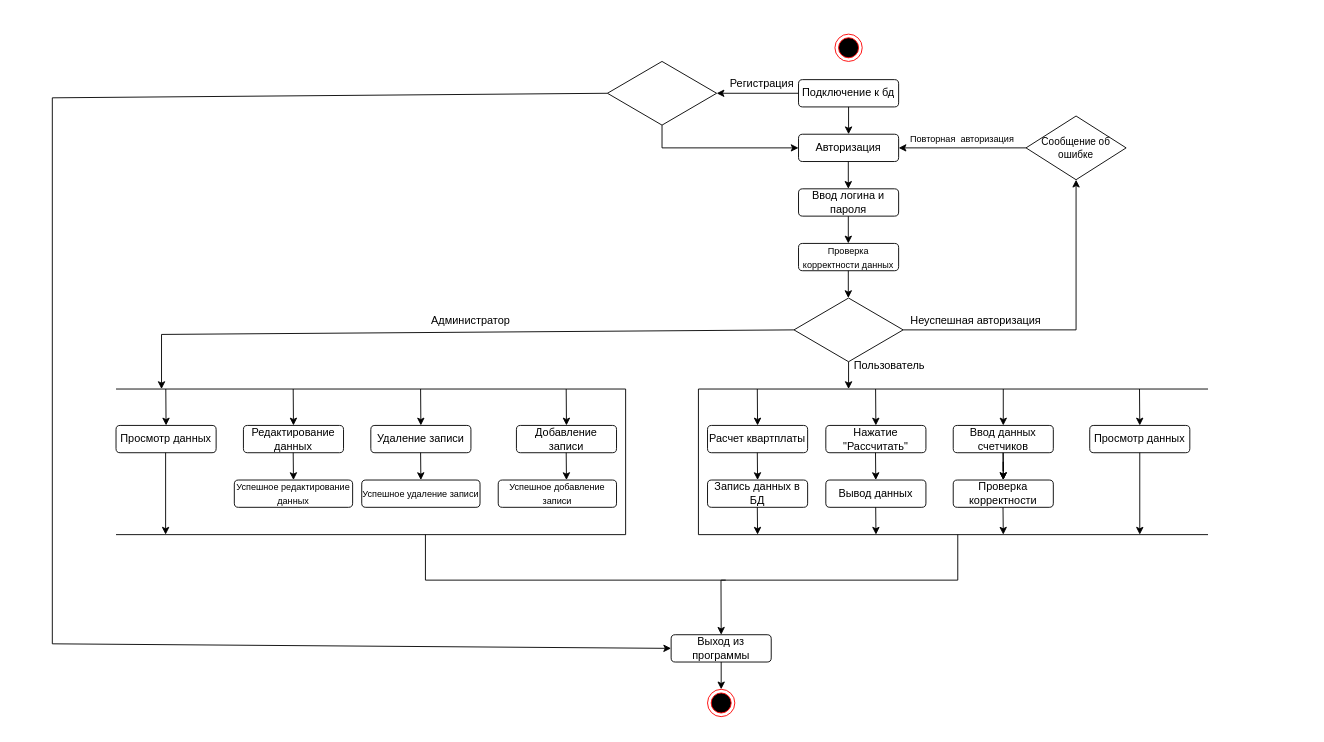
The draw.io diagram Диаграмма объектов.drawio in CryKeN00/Diagrams, before the edit. Source tidied: cells renumbered, new cells numbered last; positions are measured from the earlier drawing's top-left corner, leaving out a move shared by most shapes. Both pictures are drawn from the tidied source at 91%, with x=0, y=0 at pixel (52, 34).
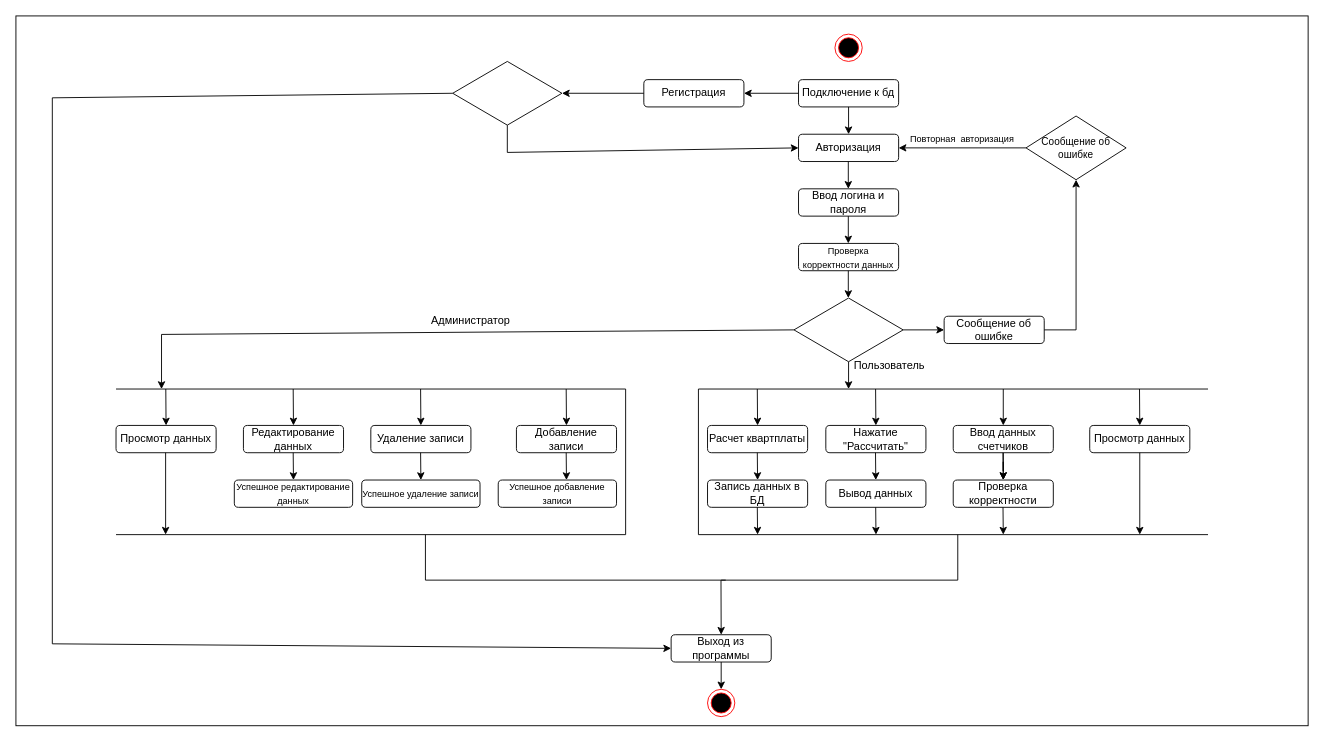
After the change.

The change refers to these unchanged cells:
```xml
<mxCell id="3" value="Подключение к бд" style="rounded=1;whiteSpace=wrap;html=1;" parent="1" vertex="1">
  <mxGeometry x="820" y="50" width="110" height="30" as="geometry" />
</mxCell>
<mxCell id="4" value="Авторизация" style="rounded=1;whiteSpace=wrap;html=1;" parent="1" vertex="1">
  <mxGeometry x="820" y="110" width="110" height="30" as="geometry" />
</mxCell>
<mxCell id="7" style="rhombus;whiteSpace=wrap;html=1;" parent="1" vertex="1">
  <mxGeometry x="815" y="290" width="120" height="70" as="geometry" />
</mxCell>
<mxCell id="8" value="&lt;font style=&quot;font-size: 11px;&quot;&gt;Сообщение об ошибке&lt;/font&gt;" style="rhombus;whiteSpace=wrap;html=1;" parent="1" vertex="1">
  <mxGeometry x="1070" y="90" width="110" height="70" as="geometry" />
</mxCell>
```

Change to the diagram source:
```diff
@@
+    <mxCell id="73" style="rounded=0;whiteSpace=wrap;html=1;" parent="1" vertex="1">
+      <mxGeometry x="-40" y="-20" width="1420" height="780" as="geometry" />
+    </mxCell>
@@
-    <mxCell id="9" style="endArrow=classic;html=1;rounded=0;exitX=0;exitY=0.5;exitDx=0;exitDy=0;entryX=1;entryY=0.5;entryDx=0;entryDy=0;" parent="1" edge="1" source="3" target="19">
-      <mxGeometry relative="1" as="geometry" />
-    </mxCell>
@@
-    <mxCell id="15" style="endArrow=classic;html=1;rounded=0;exitX=1;exitY=0.5;exitDx=0;exitDy=0;entryX=0.5;entryY=1;entryDx=0;entryDy=0;" parent="1" edge="1" source="7" target="8">
-      <mxGeometry relative="1" as="geometry">
-        <Array as="points">
-          <mxPoint x="1125" y="325" />
-        </Array>
-      </mxGeometry>
-    </mxCell>
-    <mxCell id="16" value="Неуспешная авторизация" style="text;html=1;align=center;verticalAlign=middle;whiteSpace=wrap;rounded=0;" parent="1" vertex="1">
-      <mxGeometry x="910" y="300" width="210" height="30" as="geometry" />
-    </mxCell>
@@
     <mxCell id="18" style="endArrow=classic;html=1;rounded=0;exitX=0.5;exitY=1;exitDx=0;exitDy=0;entryX=0;entryY=0.5;entryDx=0;entryDy=0;" parent="1" edge="1" source="19" target="4">
       <mxGeometry relative="1" as="geometry">
         <Array as="points">
-          <mxPoint x="670" y="125" />
+          <mxPoint x="500" y="130" />
         </Array>
       </mxGeometry>
     </mxCell>
     <mxCell id="19" style="rhombus;whiteSpace=wrap;html=1;" parent="1" vertex="1">
-      <mxGeometry x="610" y="30" width="120" height="70" as="geometry" />
+      <mxGeometry x="440" y="30" width="120" height="70" as="geometry" />
     </mxCell>
-    <mxCell id="20" value="Регистрация" style="text;html=1;align=center;verticalAlign=middle;whiteSpace=wrap;rounded=0;" parent="1" vertex="1">
-      <mxGeometry x="750" y="40" width="60" height="30" as="geometry" />
-    </mxCell>
@@
+    <mxCell id="74" value="Сообщение об ошибке" style="rounded=1;whiteSpace=wrap;html=1;" parent="1" vertex="1">
+      <mxGeometry x="980" y="310" width="110" height="30" as="geometry" />
+    </mxCell>
+    <mxCell id="75" style="endArrow=classic;html=1;rounded=0;exitX=1;exitY=0.5;exitDx=0;exitDy=0;entryX=0;entryY=0.5;entryDx=0;entryDy=0;" parent="1" edge="1" source="7" target="74">
+      <mxGeometry relative="1" as="geometry" />
+    </mxCell>
+    <mxCell id="76" style="endArrow=classic;html=1;rounded=0;exitX=1;exitY=0.5;exitDx=0;exitDy=0;entryX=0.5;entryY=1;entryDx=0;entryDy=0;" parent="1" edge="1" source="74" target="8">
+      <mxGeometry relative="1" as="geometry">
+        <Array as="points">
+          <mxPoint x="1125" y="325" />
+        </Array>
+      </mxGeometry>
+    </mxCell>
+    <mxCell id="20" value="Регистрация" style="rounded=1;whiteSpace=wrap;html=1;" parent="1" vertex="1">
+      <mxGeometry x="650" y="50" width="110" height="30" as="geometry" />
+    </mxCell>
+    <mxCell id="77" style="endArrow=classic;html=1;rounded=0;entryX=1;entryY=0.5;entryDx=0;entryDy=0;exitX=0;exitY=0.5;exitDx=0;exitDy=0;" parent="1" edge="1" source="3" target="20">
+      <mxGeometry relative="1" as="geometry" />
+    </mxCell>
+    <mxCell id="78" style="endArrow=classic;html=1;rounded=0;exitX=0;exitY=0.5;exitDx=0;exitDy=0;entryX=1;entryY=0.5;entryDx=0;entryDy=0;" parent="1" edge="1" source="20" target="19">
+      <mxGeometry relative="1" as="geometry" />
+    </mxCell>
```
